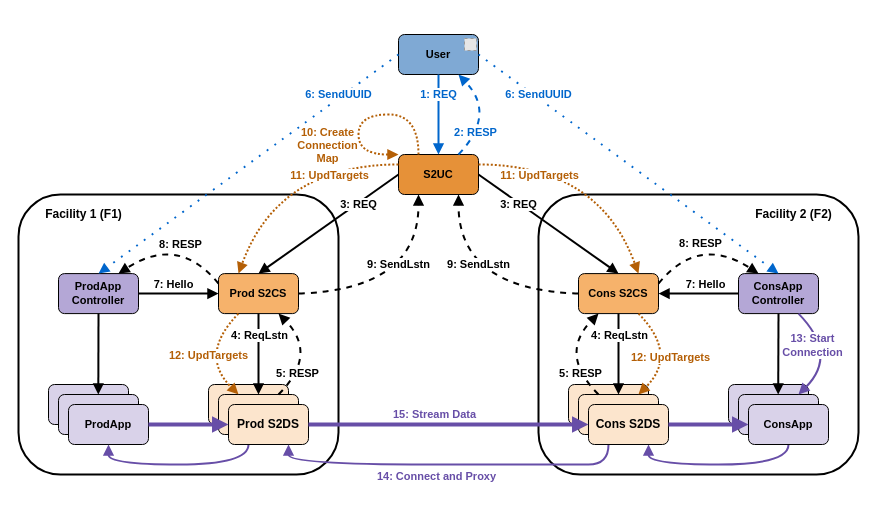
scistream/scistream-proto keeps this draw.io diagram as docs/figures/SciStream_protocol.drawio. Above is the earlier version. Source tidied: cells renumbered, new cells numbered last; positions are measured from the earlier drawing's top-left corner, leaving out a move shared by most shapes. Both pictures are drawn from the tidied source at 100%, with x=0, y=0 at pixel (18, 34). Pictures stored in the file or linked from it are replaced by grey dashed boxes.
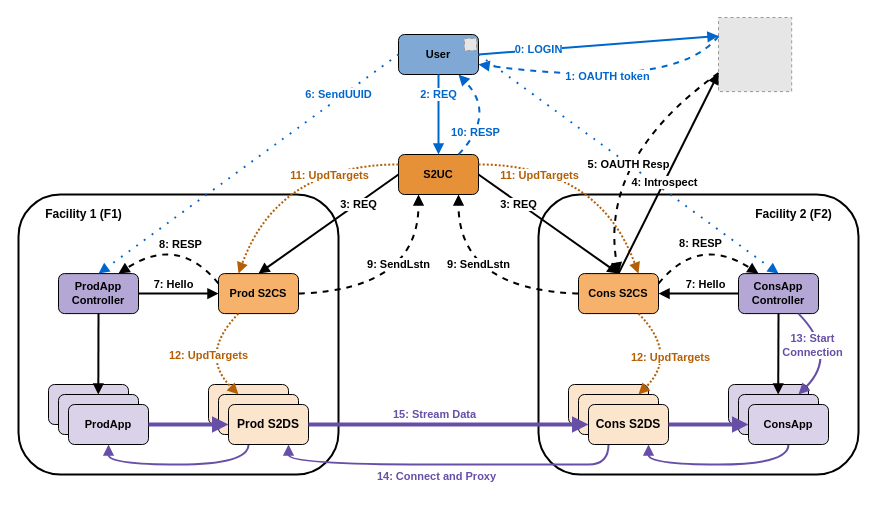
The same diagram, later.

The change refers to these unchanged cells:
```xml
<mxCell id="3" value="&lt;b style=&quot;font-size: 11px;&quot;&gt;Prod S2CS&lt;/b&gt;" style="rounded=1;whiteSpace=wrap;html=1;fillColor=#f6b26bff;fontSize=11;" parent="1" vertex="1">
  <mxGeometry x="200" y="239.1" width="80" height="40" as="geometry" />
</mxCell>
<mxCell id="9" style="rounded=1;whiteSpace=wrap;html=1;fillColor=#fce5cdff;" parent="1" vertex="1">
  <mxGeometry x="200" y="360" width="80" height="40" as="geometry" />
</mxCell>
<mxCell id="14" value="&lt;b style=&quot;font-size: 11px;&quot;&gt;S2UC&lt;/b&gt;" style="rounded=1;whiteSpace=wrap;html=1;fontSize=11;fillColor=#e69138ff;" parent="1" vertex="1">
  <mxGeometry x="380" y="120" width="80" height="40" as="geometry" />
</mxCell>
<mxCell id="31" value="&lt;b style=&quot;font-size: 11px;&quot;&gt;Cons S2CS&lt;/b&gt;" style="rounded=1;whiteSpace=wrap;html=1;fillColor=#f6b26bff;fontSize=11;" parent="1" vertex="1">
  <mxGeometry x="560" y="239.1" width="80" height="40" as="geometry" />
</mxCell>
<mxCell id="32" value="&lt;b style=&quot;font-size: 11px;&quot;&gt;ConsApp Controller&lt;/b&gt;" style="rounded=1;whiteSpace=wrap;html=1;fillColor=#b4a7d6ff;fontSize=11;" parent="1" vertex="1">
  <mxGeometry x="720" y="239.1" width="80" height="40" as="geometry" />
</mxCell>
<mxCell id="38" style="rounded=1;whiteSpace=wrap;html=1;fillColor=#fce5cdff;" parent="1" vertex="1">
  <mxGeometry x="560" y="360" width="80" height="40" as="geometry" />
</mxCell>
<mxCell id="63" value="&lt;b style=&quot;font-size: 11px&quot;&gt;User&lt;/b&gt;" style="rounded=1;whiteSpace=wrap;html=1;fontSize=11;fillColor=#7FA9D4;align=center;" parent="1" vertex="1">
  <mxGeometry x="380" width="80" height="40" as="geometry" />
</mxCell>
<mxCell id="65" style="jettySize=auto;html=1;endArrow=block;endFill=1;strokeWidth=2;dashed=1;curved=1;entryX=0.75;entryY=1;entryDx=0;entryDy=0;exitX=0.75;exitY=0;exitDx=0;exitDy=0;fontColor=#0066CC;strokeColor=#0066CC;" parent="1" edge="1" source="14" target="63">
  <mxGeometry relative="1" as="geometry">
    <Array as="points">
      <mxPoint x="478" y="80" />
    </Array>
  </mxGeometry>
</mxCell>
```

Diff of the diagram source:
```diff
@@
-    <mxCell id="15" style="rounded=0;jettySize=auto;html=1;exitX=0.5;exitY=1;exitDx=0;exitDy=0;entryX=0.5;entryY=0;entryDx=0;entryDy=0;endArrow=block;endFill=1;strokeWidth=2;" parent="1" edge="1" source="3" target="9">
-      <mxGeometry relative="1" as="geometry" />
-    </mxCell>
-    <mxCell id="16" value="&lt;b&gt;4: ReqLstn&lt;/b&gt;" style="edgeLabel;html=1;align=center;verticalAlign=middle;" parent="15" vertex="1">
-      <mxGeometry x="-0.25" y="-2" relative="1" as="geometry">
-        <mxPoint x="2" y="-9" as="offset" />
-      </mxGeometry>
-    </mxCell>
-    <mxCell id="17" style="jettySize=auto;html=1;endArrow=block;endFill=1;strokeWidth=2;dashed=1;curved=1;entryX=0.75;entryY=1;entryDx=0;entryDy=0;" parent="1" edge="1" target="3">
-      <mxGeometry relative="1" as="geometry">
-        <mxPoint x="260" y="360" as="sourcePoint" />
-        <Array as="points">
-          <mxPoint x="300" y="320" />
-        </Array>
-      </mxGeometry>
-    </mxCell>
-    <mxCell id="18" value="&lt;b&gt;5: RESP&lt;/b&gt;" style="edgeLabel;html=1;align=center;verticalAlign=middle;" parent="17" vertex="1">
-      <mxGeometry x="-0.13" y="14" relative="1" as="geometry">
-        <mxPoint x="-6" y="23" as="offset" />
-      </mxGeometry>
-    </mxCell>
@@
-    <mxCell id="42" style="rounded=0;jettySize=auto;html=1;exitX=0.5;exitY=1;exitDx=0;exitDy=0;entryX=0.5;entryY=0;entryDx=0;entryDy=0;endArrow=block;endFill=1;strokeWidth=2;" parent="1" edge="1" source="31" target="38">
-      <mxGeometry relative="1" as="geometry" />
-    </mxCell>
-    <mxCell id="43" value="&lt;b&gt;4: ReqLstn&lt;/b&gt;" style="edgeLabel;html=1;align=center;verticalAlign=middle;" parent="42" vertex="1">
-      <mxGeometry x="-0.25" y="-2" relative="1" as="geometry">
-        <mxPoint x="2" y="-9" as="offset" />
-      </mxGeometry>
-    </mxCell>
@@
-    <mxCell id="45" style="jettySize=auto;html=1;endArrow=block;endFill=1;strokeWidth=2;dashed=1;curved=1;entryX=0.25;entryY=1;entryDx=0;entryDy=0;" parent="1" edge="1" target="31">
-      <mxGeometry relative="1" as="geometry">
-        <mxPoint x="580" y="360" as="sourcePoint" />
-        <Array as="points">
-          <mxPoint x="540" y="320" />
-        </Array>
-      </mxGeometry>
-    </mxCell>
-    <mxCell id="46" value="&lt;b&gt;5: RESP&lt;/b&gt;" style="edgeLabel;html=1;align=center;verticalAlign=middle;" parent="45" vertex="1">
-      <mxGeometry x="-0.13" y="14" relative="1" as="geometry">
-        <mxPoint x="26" y="3" as="offset" />
-      </mxGeometry>
-    </mxCell>
@@
-    <mxCell id="64" value="&lt;b&gt;1: REQ&lt;/b&gt;" style="rounded=0;jettySize=auto;exitX=0.5;exitY=1;exitDx=0;exitDy=0;entryX=0.5;entryY=0;entryDx=0;entryDy=0;endArrow=block;endFill=1;strokeWidth=2;horizontal=1;verticalAlign=middle;labelBorderColor=none;fontFamily=Helvetica;html=1;labelPosition=center;verticalLabelPosition=middle;align=center;strokeColor=#0066CC;fontColor=#0066CC;" parent="1" edge="1" source="63" target="14">
+    <mxCell id="64" value="&lt;b&gt;2: REQ&lt;/b&gt;" style="rounded=0;jettySize=auto;exitX=0.5;exitY=1;exitDx=0;exitDy=0;entryX=0.5;entryY=0;entryDx=0;entryDy=0;endArrow=block;endFill=1;strokeWidth=2;horizontal=1;verticalAlign=middle;labelBorderColor=none;fontFamily=Helvetica;html=1;labelPosition=center;verticalLabelPosition=middle;align=center;strokeColor=#0066CC;fontColor=#0066CC;" parent="1" edge="1" source="63" target="14">
       <mxGeometry x="-0.5" relative="1" as="geometry" />
     </mxCell>
@@
-    <mxCell id="66" value="&lt;b&gt;2: RESP&lt;/b&gt;" style="edgeLabel;html=1;align=center;verticalAlign=middle;fontColor=#0066CC;" parent="65" vertex="1">
+    <mxCell id="66" value="&lt;b&gt;10: RESP&lt;/b&gt;" style="edgeLabel;html=1;align=center;verticalAlign=middle;fontColor=#0066CC;" parent="65" vertex="1">
       <mxGeometry x="-0.13" y="14" relative="1" as="geometry">
         <mxPoint x="-6" y="22" as="offset" />
       </mxGeometry>
     </mxCell>
-    <mxCell id="67" style="orthogonalLoop=1;jettySize=auto;html=1;endArrow=block;endFill=1;strokeWidth=2;dashed=1;entryX=0;entryY=0;entryDx=0;entryDy=0;exitX=0.25;exitY=0;exitDx=0;exitDy=0;strokeColor=#B45F06;curved=1;dashPattern=1 1;" parent="1" edge="1" source="14" target="14">
-      <mxGeometry relative="1" as="geometry">
-        <Array as="points">
-          <mxPoint x="400" y="80" />
-          <mxPoint x="340" y="80" />
-          <mxPoint x="340" y="120" />
-        </Array>
-      </mxGeometry>
-    </mxCell>
-    <mxCell id="68" value="&lt;b&gt;&lt;font color=&quot;#b45f06&quot;&gt;10: Create&lt;br&gt;Connection &lt;br&gt;Map&lt;/font&gt;&lt;/b&gt;" style="edgeLabel;html=1;align=center;verticalAlign=middle;labelBorderColor=none;labelBackgroundColor=none;" parent="67" vertex="1">
-      <mxGeometry x="-0.27" y="19" relative="1" as="geometry">
-        <mxPoint x="-66" y="11" as="offset" />
-      </mxGeometry>
-    </mxCell>
@@
-    <mxCell id="71" value="&lt;b&gt;6: SendUUID&lt;/b&gt;" style="jettySize=auto;endArrow=block;endFill=1;strokeWidth=1.9;horizontal=1;verticalAlign=middle;labelBorderColor=none;fontFamily=Helvetica;html=1;labelPosition=center;verticalLabelPosition=middle;align=center;exitX=1;exitY=0.5;exitDx=0;exitDy=0;entryX=0.5;entryY=0;entryDx=0;entryDy=0;dashed=1;dashPattern=1 4;curved=1;strokeColor=#0066CC;fontColor=#0066CC;" parent="1" edge="1" source="63" target="32">
-      <mxGeometry x="-0.61" y="3" relative="1" as="geometry" />
+    <mxCell id="71" style="jettySize=auto;endArrow=block;endFill=1;strokeWidth=1.9;horizontal=1;verticalAlign=middle;labelBorderColor=none;fontFamily=Helvetica;html=1;labelPosition=center;verticalLabelPosition=middle;align=center;exitX=1;exitY=0.5;exitDx=0;exitDy=0;entryX=0.5;entryY=0;entryDx=0;entryDy=0;dashed=1;dashPattern=1 4;curved=1;strokeColor=#0066CC;fontColor=#0066CC;" parent="1" edge="1" source="63" target="32">
+      <mxGeometry x="-0.58" y="-5" relative="1" as="geometry" />
     </mxCell>
@@
+    <mxCell id="76" style="fillColor=#E6E6E6;strokeColor=#999999;dashed=1;verticalLabelPosition=bottom;labelBackgroundColor=default;verticalAlign=top;" parent="1" vertex="1">
+      <mxGeometry x="700" y="-17" width="73.2" height="74.1" as="geometry" />
+    </mxCell>
+    <mxCell id="77" value="&lt;b&gt;0: LOGIN&lt;/b&gt;" style="rounded=0;jettySize=auto;exitX=1;exitY=0.5;exitDx=0;exitDy=0;entryX=0;entryY=0.25;entryDx=0;entryDy=0;endArrow=block;endFill=1;strokeWidth=2;horizontal=1;verticalAlign=middle;labelBorderColor=none;fontFamily=Helvetica;html=1;labelPosition=center;verticalLabelPosition=middle;align=center;strokeColor=#0066CC;fontColor=#0066CC;" parent="1" edge="1" source="63" target="76">
+      <mxGeometry x="-0.5" relative="1" as="geometry" />
+    </mxCell>
+    <mxCell id="78" style="jettySize=auto;html=1;endArrow=block;endFill=1;strokeWidth=2;dashed=1;curved=1;entryX=1;entryY=0.75;entryDx=0;entryDy=0;exitX=0;exitY=0.25;exitDx=0;exitDy=0;fontColor=#0066CC;strokeColor=#0066CC;" parent="1" edge="1" source="76" target="63">
+      <mxGeometry relative="1" as="geometry">
+        <Array as="points">
+          <mxPoint x="658" y="56" />
+        </Array>
+      </mxGeometry>
+    </mxCell>
+    <mxCell id="79" value="&lt;b&gt;1: OAUTH token&lt;/b&gt;" style="edgeLabel;html=1;align=center;verticalAlign=middle;fontColor=#0066CC;" parent="78" vertex="1">
+      <mxGeometry x="-0.13" y="14" relative="1" as="geometry">
+        <mxPoint x="-20" y="-22" as="offset" />
+      </mxGeometry>
+    </mxCell>
+    <mxCell id="80" value="&lt;b&gt;&lt;font style=&quot;color: rgb(0, 0, 0);&quot;&gt;4: Introspect&lt;/font&gt;&lt;/b&gt;" style="rounded=0;jettySize=auto;exitX=0.5;exitY=0;exitDx=0;exitDy=0;entryX=0;entryY=0.75;entryDx=0;entryDy=0;endArrow=block;endFill=1;strokeWidth=2;horizontal=1;verticalAlign=middle;labelBorderColor=none;fontFamily=Helvetica;html=1;labelPosition=center;verticalLabelPosition=middle;align=center;strokeColor=#000000;fontColor=#0066CC;" parent="1" edge="1" source="31" target="76">
+      <mxGeometry x="-0.09" relative="1" as="geometry" />
+    </mxCell>
+    <mxCell id="81" style="jettySize=auto;html=1;endArrow=block;endFill=1;strokeWidth=2;dashed=1;curved=1;entryX=0.5;entryY=0;entryDx=0;entryDy=0;exitX=0;exitY=0.75;exitDx=0;exitDy=0;fontColor=#0066CC;strokeColor=#000000;" parent="1" edge="1" source="76" target="31">
+      <mxGeometry relative="1" as="geometry">
+        <Array as="points">
+          <mxPoint x="580" y="124.4" />
+        </Array>
+      </mxGeometry>
+    </mxCell>
+    <mxCell id="82" value="&lt;b style=&quot;background-color: light-dark(#ffffff, var(--ge-dark-color, #121212)); color: light-dark(rgb(0, 102, 204), rgb(86, 174, 255));&quot;&gt;&lt;font style=&quot;color: rgb(0, 0, 0);&quot;&gt;5: OAUTH Resp&lt;/font&gt;&lt;/b&gt;" style="edgeLabel;html=1;align=center;verticalAlign=middle;fontColor=#0066CC;" parent="81" vertex="1">
+      <mxGeometry x="-0.13" y="14" relative="1" as="geometry">
+        <mxPoint x="-5" y="13" as="offset" />
+      </mxGeometry>
+    </mxCell>
```
